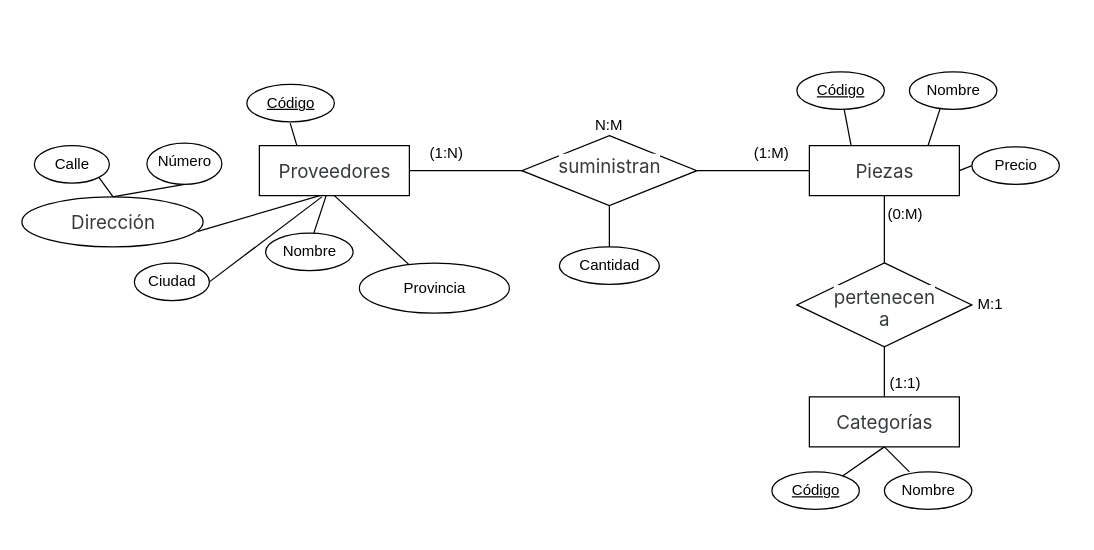
This is Tarea 02_02 Proveedores y piezas.drawio from popnoart/popnoart, a draw.io file, before an edit. Source tidied: cells renumbered, new cells numbered last; positions are measured from the earlier drawing's top-left corner, leaving out a move shared by most shapes. Both pictures are drawn from the tidied source at 125%, with x=0, y=0 at pixel (21, 71).
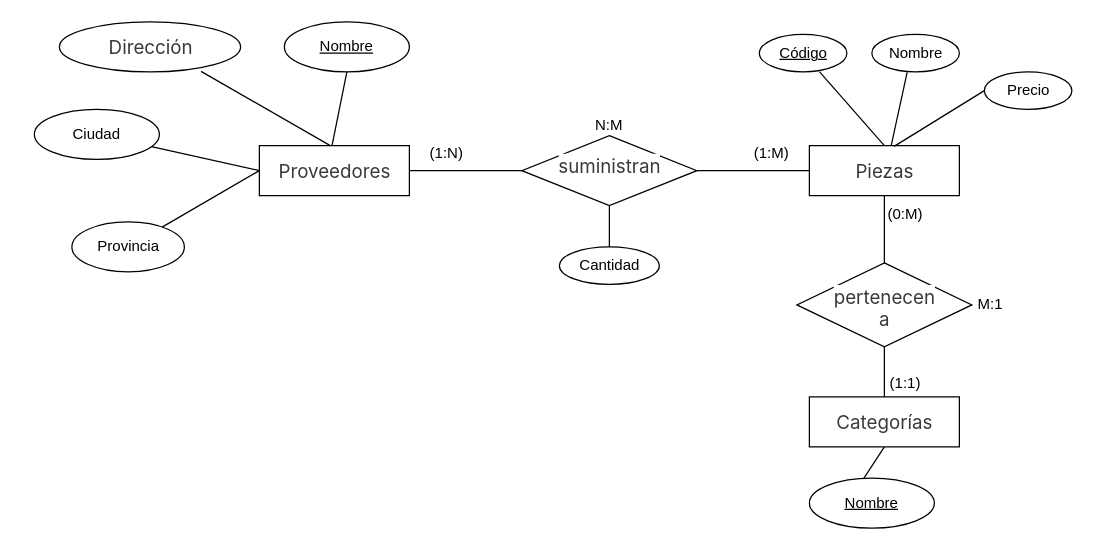
The same page after the edit.

The change refers to these unchanged cells:
```xml
<mxCell id="22" style="ellipse;whiteSpace=wrap;html=1;" parent="21" vertex="1">
  <mxGeometry width="145" height="40" as="geometry" />
</mxCell>
<mxCell id="23" value="&lt;span style=&quot;color: rgb(55, 58, 60); font-family: -apple-system, BlinkMacSystemFont, &amp;quot;Segoe UI&amp;quot;, Roboto, &amp;quot;Helvetica Neue&amp;quot;, Arial, &amp;quot;Noto Sans&amp;quot;, &amp;quot;Liberation Sans&amp;quot;, sans-serif, &amp;quot;Apple Color Emoji&amp;quot;, &amp;quot;Segoe UI Emoji&amp;quot;, &amp;quot;Segoe UI Symbol&amp;quot;, &amp;quot;Noto Color Emoji&amp;quot;; font-size: 15px; text-align: left; text-wrap-mode: wrap; background-color: rgb(255, 255, 255);&quot;&gt;Dirección&lt;/span&gt;" style="text;html=1;align=center;verticalAlign=middle;points=[];strokeColor=none;fillColor=none;" parent="21" vertex="1">
  <mxGeometry x="27.5" y="5" width="90" height="30" as="geometry" />
</mxCell>
<mxCell id="25" style="rounded=0;whiteSpace=wrap;html=1;labelBackgroundColor=default;" parent="24" vertex="1">
  <mxGeometry width="120" height="40" as="geometry" />
</mxCell>
<mxCell id="26" value="&lt;span style=&quot;color: rgb(55, 58, 60); font-family: -apple-system, BlinkMacSystemFont, &amp;quot;Segoe UI&amp;quot;, Roboto, &amp;quot;Helvetica Neue&amp;quot;, Arial, &amp;quot;Noto Sans&amp;quot;, &amp;quot;Liberation Sans&amp;quot;, sans-serif, &amp;quot;Apple Color Emoji&amp;quot;, &amp;quot;Segoe UI Emoji&amp;quot;, &amp;quot;Segoe UI Symbol&amp;quot;, &amp;quot;Noto Color Emoji&amp;quot;; font-size: 15px; text-align: left; text-wrap-mode: wrap; background-color: rgb(255, 255, 255);&quot;&gt;Proveedores&lt;/span&gt;" style="text;html=1;align=center;verticalAlign=middle;points=[];strokeColor=none;fillColor=none;" parent="24" vertex="1">
  <mxGeometry x="5" y="5" width="110" height="30" as="geometry" />
</mxCell>
<mxCell id="28" style="rounded=0;whiteSpace=wrap;html=1;" parent="27" vertex="1">
  <mxGeometry width="120" height="40" as="geometry" />
</mxCell>
<mxCell id="29" value="&lt;span style=&quot;color: rgb(55, 58, 60); font-family: -apple-system, BlinkMacSystemFont, &amp;quot;Segoe UI&amp;quot;, Roboto, &amp;quot;Helvetica Neue&amp;quot;, Arial, &amp;quot;Noto Sans&amp;quot;, &amp;quot;Liberation Sans&amp;quot;, sans-serif, &amp;quot;Apple Color Emoji&amp;quot;, &amp;quot;Segoe UI Emoji&amp;quot;, &amp;quot;Segoe UI Symbol&amp;quot;, &amp;quot;Noto Color Emoji&amp;quot;; font-size: 15px; text-align: left; text-wrap-mode: wrap; background-color: rgb(255, 255, 255);&quot;&gt;Piezas&lt;/span&gt;" style="text;html=1;align=center;verticalAlign=middle;points=[];strokeColor=none;fillColor=none;" parent="27" vertex="1">
  <mxGeometry x="25" y="5" width="70" height="30" as="geometry" />
</mxCell>
<mxCell id="32" value="Nombre" style="text;html=1;align=center;verticalAlign=middle;points=[];strokeColor=none;fillColor=none;" parent="30" vertex="1">
  <mxGeometry width="70" height="30" as="geometry" />
</mxCell>
<mxCell id="35" value="&lt;u&gt;Código&lt;/u&gt;" style="text;html=1;align=center;verticalAlign=middle;points=[];strokeColor=none;fillColor=none;" parent="33" vertex="1">
  <mxGeometry x="5" width="60" height="30" as="geometry" />
</mxCell>
<mxCell id="43" style="rounded=0;whiteSpace=wrap;html=1;labelBackgroundColor=default;" parent="42" vertex="1">
  <mxGeometry width="120" height="40" as="geometry" />
</mxCell>
<mxCell id="57" style="ellipse;whiteSpace=wrap;html=1;" parent="56" vertex="1">
  <mxGeometry width="70" height="30" as="geometry" />
</mxCell>
```

What changed in the source:
```diff
@@
-    <mxCell id="2" style="endArrow=none;html=1;rounded=0;entryX=0.616;entryY=0.127;entryDx=0;entryDy=0;entryPerimeter=0;" parent="1" edge="1" target="62">
-      <mxGeometry relative="1" as="geometry">
-        <mxPoint x="73" y="100" as="sourcePoint" />
-      </mxGeometry>
-    </mxCell>
-    <mxCell id="3" style="endArrow=none;html=1;rounded=0;" parent="1" edge="1" source="53">
+    <mxCell id="3" style="endArrow=none;html=1;rounded=0;exitX=0.43;exitY=0.025;exitDx=0;exitDy=0;exitPerimeter=0;" parent="1" edge="1" source="80">
       <mxGeometry relative="1" as="geometry">
         <mxPoint x="690" y="300" as="targetPoint" />
       </mxGeometry>
     </mxCell>
-    <mxCell id="4" style="endArrow=none;html=1;rounded=0;entryX=0.129;entryY=-0.056;entryDx=0;entryDy=0;entryPerimeter=0;" parent="1" edge="1" source="35" target="29">
+    <mxCell id="4" style="endArrow=none;html=1;rounded=0;entryX=0.5;entryY=0;entryDx=0;entryDy=0;" parent="1" edge="1" source="35" target="28">
       <mxGeometry relative="1" as="geometry" />
     </mxCell>
@@
-    <mxCell id="6" style="endArrow=none;html=1;rounded=0;exitX=0.483;exitY=0.04;exitDx=0;exitDy=0;exitPerimeter=0;entryX=0.837;entryY=0.989;entryDx=0;entryDy=0;entryPerimeter=0;" parent="1" edge="1" source="32" target="29">
+    <mxCell id="6" style="endArrow=none;html=1;rounded=0;exitX=0.403;exitY=1.013;exitDx=0;exitDy=0;exitPerimeter=0;entryX=0.566;entryY=-0.04;entryDx=0;entryDy=0;entryPerimeter=0;" parent="1" edge="1" source="32" target="29">
       <mxGeometry relative="1" as="geometry" />
     </mxCell>
@@
-    <mxCell id="8" style="endArrow=none;html=1;rounded=0;entryX=0.5;entryY=1;entryDx=0;entryDy=0;" parent="1" edge="1" source="20" target="25">
+    <mxCell id="8" style="endArrow=none;html=1;rounded=0;entryX=0;entryY=0.5;entryDx=0;entryDy=0;" parent="1" edge="1" source="20" target="25">
       <mxGeometry relative="1" as="geometry" />
     </mxCell>
-    <mxCell id="9" style="endArrow=none;html=1;rounded=0;exitX=0.549;exitY=0.013;exitDx=0;exitDy=0;exitPerimeter=0;" parent="1" edge="1" source="14" target="25">
+    <mxCell id="9" style="endArrow=none;html=1;rounded=0;exitX=0.476;exitY=-0.04;exitDx=0;exitDy=0;exitPerimeter=0;entryX=0.5;entryY=1;entryDx=0;entryDy=0;" parent="1" edge="1" source="26" target="79">
       <mxGeometry relative="1" as="geometry" />
     </mxCell>
-    <mxCell id="10" style="endArrow=none;html=1;rounded=0;exitX=1;exitY=0.5;exitDx=0;exitDy=0;" parent="1" edge="1" source="16">
-      <mxGeometry relative="1" as="geometry">
-        <mxPoint x="240" y="100" as="targetPoint" />
-      </mxGeometry>
+    <mxCell id="10" style="endArrow=none;html=1;rounded=0;entryX=0;entryY=0.5;entryDx=0;entryDy=0;" parent="1" edge="1" source="17" target="25">
+      <mxGeometry relative="1" as="geometry" />
     </mxCell>
-    <mxCell id="11" style="endArrow=none;html=1;rounded=0;entryX=0.425;entryY=1.133;entryDx=0;entryDy=0;entryPerimeter=0;exitX=0.972;exitY=0.69;exitDx=0;exitDy=0;exitPerimeter=0;" parent="1" edge="1" source="22" target="26">
+    <mxCell id="11" style="endArrow=none;html=1;rounded=0;entryX=0.505;entryY=-0.093;entryDx=0;entryDy=0;entryPerimeter=0;exitX=0.954;exitY=1.153;exitDx=0;exitDy=0;exitPerimeter=0;" parent="1" edge="1" source="23" target="26">
       <mxGeometry relative="1" as="geometry" />
     </mxCell>
-    <mxCell id="12" style="group;labelBackgroundColor=default;" parent="1" vertex="1">
-      <mxGeometry x="195" y="129" width="70" height="30" as="geometry" />
-    </mxCell>
-    <mxCell id="13" style="ellipse;whiteSpace=wrap;html=1;" parent="12" vertex="1">
-      <mxGeometry width="70" height="30" as="geometry" />
-    </mxCell>
-    <mxCell id="14" value="Nombre" style="text;html=1;align=center;verticalAlign=middle;points=[];strokeColor=none;fillColor=none;" parent="12" vertex="1">
-      <mxGeometry width="70" height="30" as="geometry" />
-    </mxCell>
-    <mxCell id="15" style="group;labelBackgroundColor=default;" parent="1" vertex="1">
-      <mxGeometry x="90" y="153" width="60" height="30" as="geometry" />
-    </mxCell>
-    <mxCell id="16" style="ellipse;whiteSpace=wrap;html=1;" parent="15" vertex="1">
-      <mxGeometry width="60" height="30" as="geometry" />
-    </mxCell>
-    <mxCell id="17" value="Ciudad" style="text;html=1;align=center;verticalAlign=middle;points=[];strokeColor=none;fillColor=none;" parent="15" vertex="1">
-      <mxGeometry width="60" height="30" as="geometry" />
-    </mxCell>
     <mxCell id="18" style="group;labelBackgroundColor=default;" parent="1" vertex="1">
-      <mxGeometry x="270" y="153" width="120" height="40" as="geometry" />
+      <mxGeometry x="40" y="120" width="90" height="40" as="geometry" />
     </mxCell>
     <mxCell id="19" style="ellipse;whiteSpace=wrap;html=1;" parent="18" vertex="1">
-      <mxGeometry width="120" height="40" as="geometry" />
+      <mxGeometry width="90" height="40" as="geometry" />
     </mxCell>
     <mxCell id="20" value="Provincia" style="text;html=1;align=center;verticalAlign=middle;points=[];strokeColor=none;fillColor=none;" parent="18" vertex="1">
-      <mxGeometry x="25" y="5" width="70" height="30" as="geometry" />
+      <mxGeometry x="10" y="5" width="70" height="30" as="geometry" />
     </mxCell>
     <mxCell id="21" style="group;labelBackgroundColor=default;" parent="1" vertex="1">
-      <mxGeometry y="100" width="205" height="40" as="geometry" />
+      <mxGeometry x="30" y="-40" width="205" height="40" as="geometry" />
     </mxCell>
@@
     <mxCell id="30" style="group;labelBackgroundColor=default;" parent="1" vertex="1">
-      <mxGeometry x="710" width="70" height="30" as="geometry" />
+      <mxGeometry x="680" y="-30" width="70" height="30" as="geometry" />
     </mxCell>
@@
     <mxCell id="33" style="group;labelBackgroundColor=default;" parent="1" vertex="1">
-      <mxGeometry x="620" width="70" height="30" as="geometry" />
+      <mxGeometry x="590" y="-30" width="70" height="30" as="geometry" />
     </mxCell>
@@
-    <mxCell id="51" style="group;labelBackgroundColor=default;" parent="1" vertex="1">
-      <mxGeometry x="690" y="320" width="70" height="30" as="geometry" />
-    </mxCell>
-    <mxCell id="52" style="ellipse;whiteSpace=wrap;html=1;" parent="51" vertex="1">
-      <mxGeometry width="70" height="30" as="geometry" />
-    </mxCell>
-    <mxCell id="53" value="Nombre" style="text;html=1;align=center;verticalAlign=middle;points=[];strokeColor=none;fillColor=none;" parent="51" vertex="1">
-      <mxGeometry width="70" height="30" as="geometry" />
-    </mxCell>
@@
     <mxCell id="56" style="group;labelBackgroundColor=default;" parent="1" vertex="1">
-      <mxGeometry x="760" y="60" width="70" height="30" as="geometry" />
+      <mxGeometry x="770" width="70" height="30" as="geometry" />
     </mxCell>
@@
-    <mxCell id="59" style="endArrow=none;html=1;rounded=0;entryX=1;entryY=0.5;entryDx=0;entryDy=0;exitX=0;exitY=0.5;exitDx=0;exitDy=0;" parent="1" edge="1" source="57" target="28">
+    <mxCell id="59" style="endArrow=none;html=1;rounded=0;entryX=0.565;entryY=0.015;entryDx=0;entryDy=0;exitX=0;exitY=0.5;exitDx=0;exitDy=0;entryPerimeter=0;" parent="1" edge="1" source="57" target="28">
       <mxGeometry relative="1" as="geometry" />
     </mxCell>
-    <mxCell id="60" style="group;labelBackgroundColor=default;" parent="1" vertex="1">
-      <mxGeometry x="10" y="59" width="60" height="30" as="geometry" />
-    </mxCell>
-    <mxCell id="61" style="ellipse;whiteSpace=wrap;html=1;" parent="60" vertex="1">
-      <mxGeometry width="60" height="30" as="geometry" />
-    </mxCell>
-    <mxCell id="62" value="Calle" style="text;html=1;align=center;verticalAlign=middle;points=[];strokeColor=none;fillColor=none;" parent="60" vertex="1">
-      <mxGeometry x="5" width="50" height="30" as="geometry" />
-    </mxCell>
-    <mxCell id="63" style="group;labelBackgroundColor=default;" parent="1" vertex="1">
-      <mxGeometry x="100" y="57" width="65" height="33" as="geometry" />
-    </mxCell>
-    <mxCell id="64" style="ellipse;whiteSpace=wrap;html=1;" parent="63" vertex="1">
-      <mxGeometry width="60" height="33" as="geometry" />
-    </mxCell>
-    <mxCell id="65" value="Número" style="text;html=1;align=center;verticalAlign=middle;strokeColor=none;fillColor=none;" parent="63" vertex="1">
-      <mxGeometry x="-5" width="70" height="30" as="geometry" />
-    </mxCell>
-    <mxCell id="66" style="endArrow=none;html=1;rounded=0;entryX=0.5;entryY=1;entryDx=0;entryDy=0;exitX=0.5;exitY=0;exitDx=0;exitDy=0;" parent="1" edge="1" source="22" target="64">
-      <mxGeometry relative="1" as="geometry" />
-    </mxCell>
@@
-    <mxCell id="71" style="group;labelBackgroundColor=default;" parent="1" vertex="1">
-      <mxGeometry x="180" y="10" width="70" height="30" as="geometry" />
-    </mxCell>
-    <mxCell id="72" style="ellipse;whiteSpace=wrap;html=1;" parent="71" vertex="1">
-      <mxGeometry width="70" height="30" as="geometry" />
-    </mxCell>
-    <mxCell id="73" value="&lt;u&gt;Código&lt;/u&gt;" style="text;html=1;align=center;verticalAlign=middle;points=[];strokeColor=none;fillColor=none;" parent="71" vertex="1">
-      <mxGeometry x="5" width="60" height="30" as="geometry" />
-    </mxCell>
-    <mxCell id="74" style="endArrow=none;html=1;rounded=0;entryX=0.25;entryY=0;entryDx=0;entryDy=0;exitX=0.494;exitY=1.033;exitDx=0;exitDy=0;exitPerimeter=0;" parent="1" edge="1" source="73" target="25">
-      <mxGeometry relative="1" as="geometry" />
-    </mxCell>
-    <mxCell id="75" style="endArrow=none;html=1;rounded=0;entryX=0.5;entryY=1;entryDx=0;entryDy=0;exitX=0.7;exitY=0.122;exitDx=0;exitDy=0;exitPerimeter=0;" parent="1" edge="1" target="43">
-      <mxGeometry relative="1" as="geometry">
-        <mxPoint x="656" y="323.7" as="sourcePoint" />
-      </mxGeometry>
-    </mxCell>
-    <mxCell id="76" style="group;labelBackgroundColor=default;" parent="1" vertex="1">
-      <mxGeometry x="600" y="320" width="70" height="30" as="geometry" />
-    </mxCell>
-    <mxCell id="77" style="ellipse;whiteSpace=wrap;html=1;" parent="76" vertex="1">
-      <mxGeometry width="70" height="30" as="geometry" />
-    </mxCell>
-    <mxCell id="78" value="&lt;u&gt;Código&lt;/u&gt;" style="text;html=1;align=center;verticalAlign=middle;strokeColor=none;fillColor=none;" parent="76" vertex="1">
-      <mxGeometry x="5" width="60" height="30" as="geometry" />
-    </mxCell>
+    <mxCell id="79" value="Nombre" style="ellipse;whiteSpace=wrap;html=1;align=center;fontStyle=4;" parent="1" vertex="1">
+      <mxGeometry x="210" y="-40" width="100" height="40" as="geometry" />
+    </mxCell>
+    <mxCell id="17" value="Ciudad" style="ellipse;whiteSpace=wrap;html=1;align=center;" parent="1" vertex="1">
+      <mxGeometry x="10" y="30" width="100" height="40" as="geometry" />
+    </mxCell>
+    <mxCell id="80" value="Nombre" style="ellipse;whiteSpace=wrap;html=1;align=center;fontStyle=4;" parent="1" vertex="1">
+      <mxGeometry x="630" y="325" width="100" height="40" as="geometry" />
+    </mxCell>
```
